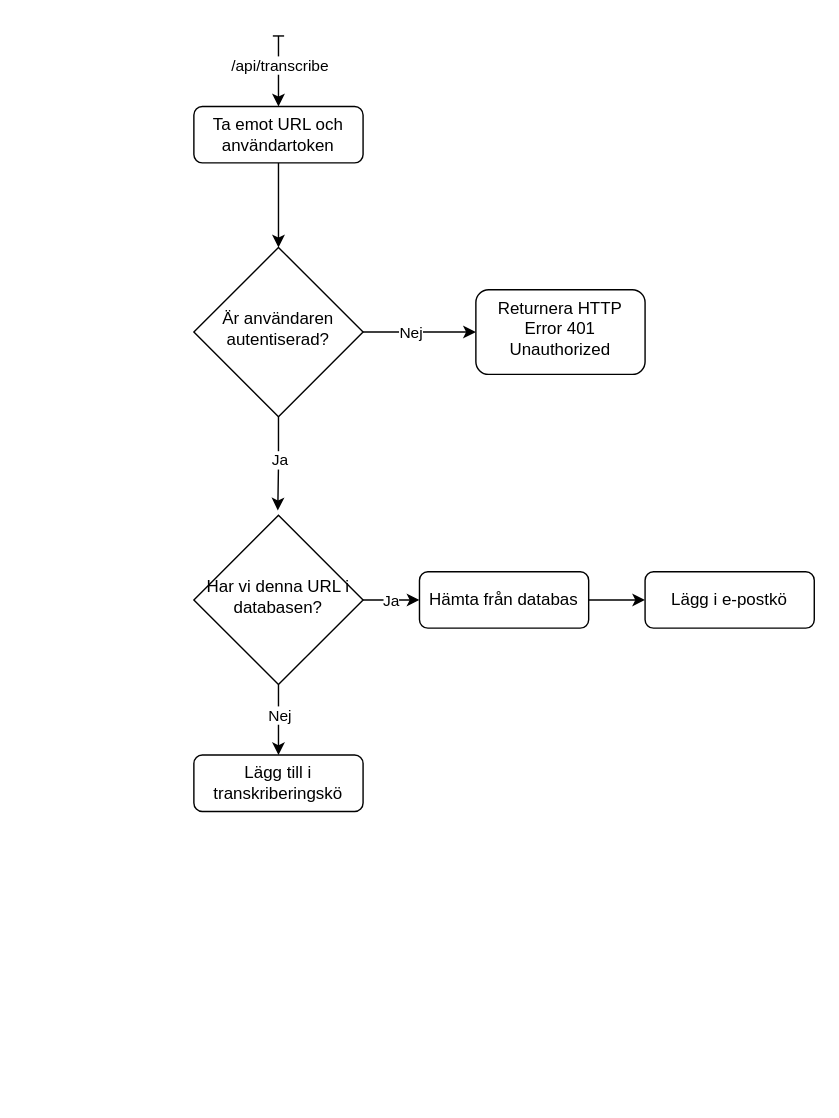
Before: docs/images/system-flowchart.drawio in seffradev/youtube-transcription-service, a draw.io diagram. Source tidied: cells renumbered, new cells numbered last; positions are measured from the earlier drawing's top-left corner, leaving out a move shared by most shapes. Both pictures are drawn from the tidied source at 141%, with x=0, y=0 at pixel (193, 35).
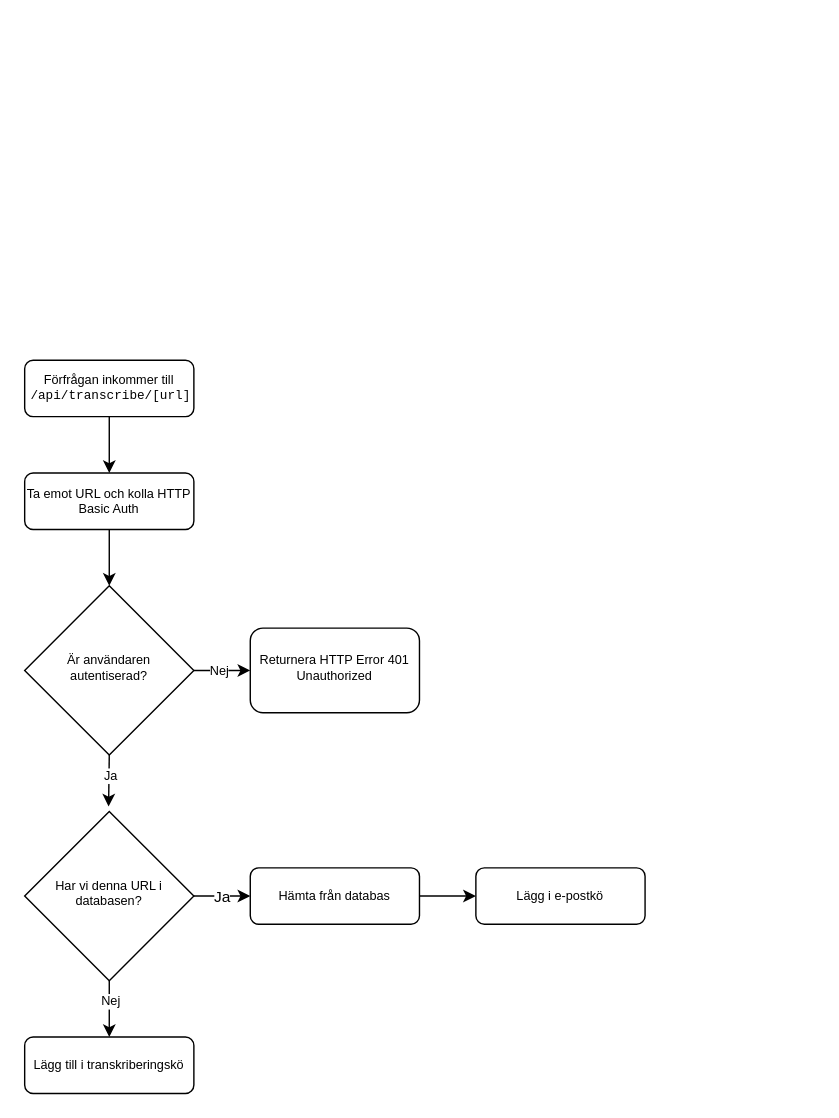
Above is the later version.

Unchanged cells that the change refers to:
```xml
<mxCell id="6" style="edgeStyle=orthogonalEdgeStyle;rounded=0;jettySize=auto;html=1;exitX=0.5;exitY=1;exitDx=0;exitDy=0;entryX=0.5;entryY=0;entryDx=0;entryDy=0;" parent="1" edge="1" source="10" target="13">
  <mxGeometry relative="1" as="geometry" />
</mxCell>
<mxCell id="15" style="edgeStyle=orthogonalEdgeStyle;rounded=0;jettySize=auto;html=1;" parent="1" edge="1" source="17" target="20">
  <mxGeometry relative="1" as="geometry" />
</mxCell>
<mxCell id="18" style="edgeStyle=orthogonalEdgeStyle;rounded=0;jettySize=auto;html=1;exitX=0.5;exitY=1;exitDx=0;exitDy=0;entryX=0.496;entryY=-0.029;entryDx=0;entryDy=0;entryPerimeter=0;" parent="1" edge="1" source="17" target="10">
  <mxGeometry relative="1" as="geometry" />
</mxCell>
```

Change to the diagram source:
```diff
@@
-    <mxCell id="3" style="edgeStyle=orthogonalEdgeStyle;rounded=0;jettySize=auto;html=1;exitX=0.5;exitY=0;exitDx=0;exitDy=0;endArrow=baseDash;endFill=0;startArrow=classic;startFill=1;" parent="1" edge="1" source="5">
-      <mxGeometry relative="1" as="geometry">
-        <mxPoint x="60" as="targetPoint" />
-      </mxGeometry>
-    </mxCell>
-    <mxCell id="4" value="/api/transcribe" style="edgeLabel;html=1;align=center;verticalAlign=middle;" parent="3" vertex="1">
-      <mxGeometry x="0.58" relative="1" as="geometry">
-        <mxPoint y="10" as="offset" />
-      </mxGeometry>
-    </mxCell>
-    <mxCell id="5" value="Ta emot URL och användartoken" style="rounded=1;whiteSpace=wrap;html=1;fontSize=12;glass=0;strokeWidth=1;shadow=0;" parent="1" vertex="1">
-      <mxGeometry y="50" width="120" height="40" as="geometry" />
+    <mxCell id="5" value="Ta emot URL och kolla HTTP Basic Auth" style="rounded=1;whiteSpace=wrap;html=1;fontSize=9;glass=0;strokeWidth=1;shadow=0;" parent="1" vertex="1">
+      <mxGeometry x="-120" y="310" width="120" height="40" as="geometry" />
     </mxCell>
@@
-    <mxCell id="7" value="Nej" style="edgeLabel;html=1;align=center;verticalAlign=middle;" parent="6" vertex="1">
+    <mxCell id="7" value="Nej" style="edgeLabel;html=1;align=center;verticalAlign=middle;fontSize=9;" parent="6" vertex="1">
       <mxGeometry x="0.38" relative="1" as="geometry">
         <mxPoint y="-14" as="offset" />
       </mxGeometry>
     </mxCell>
-    <mxCell id="8" style="edgeStyle=orthogonalEdgeStyle;rounded=0;jettySize=auto;html=1;exitX=1;exitY=0.5;exitDx=0;exitDy=0;entryX=0;entryY=0.5;entryDx=0;entryDy=0;" parent="1" edge="1" source="10" target="12">
+    <mxCell id="8" style="edgeStyle=orthogonalEdgeStyle;rounded=0;jettySize=auto;html=1;exitX=1;exitY=0.5;exitDx=0;exitDy=0;entryX=0;entryY=0.5;entryDx=0;entryDy=0;fontSize=9;" parent="1" edge="1" source="10" target="12">
       <mxGeometry relative="1" as="geometry" />
     </mxCell>
@@
-    <mxCell id="10" value="Har vi denna URL i databasen?" style="rhombus;whiteSpace=wrap;html=1;shadow=0;fontFamily=Helvetica;fontSize=12;align=center;strokeWidth=1;spacing=6;spacingTop=-4;" parent="1" vertex="1">
-      <mxGeometry y="340" width="120" height="120" as="geometry" />
+    <mxCell id="10" value="Har vi denna URL i databasen?" style="rhombus;whiteSpace=wrap;html=1;shadow=0;fontFamily=Helvetica;fontSize=9;align=center;strokeWidth=1;spacing=6;spacingTop=-4;" parent="1" vertex="1">
+      <mxGeometry x="-120" y="550" width="120" height="120" as="geometry" />
     </mxCell>
@@
-    <mxCell id="12" value="Hämta från databas" style="rounded=1;whiteSpace=wrap;html=1;fontSize=12;glass=0;strokeWidth=1;shadow=0;" parent="1" vertex="1">
-      <mxGeometry x="160" y="380" width="120" height="40" as="geometry" />
+    <mxCell id="12" value="Hämta från databas" style="rounded=1;whiteSpace=wrap;html=1;fontSize=9;glass=0;strokeWidth=1;shadow=0;" parent="1" vertex="1">
+      <mxGeometry x="40" y="590" width="120" height="40" as="geometry" />
     </mxCell>
-    <mxCell id="13" value="Lägg till i transkriberingskö" style="rounded=1;whiteSpace=wrap;html=1;fontSize=12;glass=0;strokeWidth=1;shadow=0;" parent="1" vertex="1">
-      <mxGeometry y="510" width="120" height="40" as="geometry" />
+    <mxCell id="13" value="Lägg till i transkriberingskö" style="rounded=1;whiteSpace=wrap;html=1;fontSize=9;glass=0;strokeWidth=1;shadow=0;" parent="1" vertex="1">
+      <mxGeometry x="-120" y="710" width="120" height="40" as="geometry" />
     </mxCell>
-    <mxCell id="14" value="Lägg i e-postkö" style="rounded=1;whiteSpace=wrap;html=1;fontSize=12;glass=0;strokeWidth=1;shadow=0;" parent="1" vertex="1">
-      <mxGeometry x="320" y="380" width="120" height="40" as="geometry" />
+    <mxCell id="14" value="Lägg i e-postkö" style="rounded=1;whiteSpace=wrap;html=1;fontSize=9;glass=0;strokeWidth=1;shadow=0;" parent="1" vertex="1">
+      <mxGeometry x="200" y="590" width="120" height="40" as="geometry" />
     </mxCell>
@@
-    <mxCell id="16" value="Nej" style="edgeLabel;html=1;align=center;verticalAlign=middle;" parent="15" vertex="1">
+    <mxCell id="16" value="Nej" style="edgeLabel;html=1;align=center;verticalAlign=middle;fontSize=9;" parent="15" vertex="1">
       <mxGeometry x="-0.17" y="-1" relative="1" as="geometry">
         <mxPoint y="-1" as="offset" />
       </mxGeometry>
     </mxCell>
-    <mxCell id="17" value="Är användaren autentiserad?" style="rhombus;whiteSpace=wrap;html=1;shadow=0;fontFamily=Helvetica;fontSize=12;align=center;strokeWidth=1;spacing=6;spacingTop=-4;" parent="1" vertex="1">
-      <mxGeometry y="150" width="120" height="120" as="geometry" />
+    <mxCell id="17" value="Är användaren autentiserad?" style="rhombus;whiteSpace=wrap;html=1;shadow=0;fontFamily=Helvetica;fontSize=9;align=center;strokeWidth=1;spacing=6;spacingTop=-4;" parent="1" vertex="1">
+      <mxGeometry x="-120" y="390" width="120" height="120" as="geometry" />
     </mxCell>
@@
-    <mxCell id="19" value="Ja" style="edgeLabel;html=1;align=center;verticalAlign=middle;" parent="18" vertex="1">
+    <mxCell id="19" value="Ja" style="edgeLabel;html=1;align=center;verticalAlign=middle;fontSize=9;" parent="18" vertex="1">
       <mxGeometry x="0.07" y="-1" relative="1" as="geometry">
         <mxPoint x="2" y="-5" as="offset" />
       </mxGeometry>
     </mxCell>
-    <mxCell id="20" value="Returnera HTTP Error 401 Unauthorized" style="whiteSpace=wrap;html=1;shadow=0;strokeWidth=1;spacing=6;spacingTop=-4;rounded=1;" parent="1" vertex="1">
-      <mxGeometry x="200" y="180" width="120" height="60" as="geometry" />
+    <mxCell id="20" value="Returnera HTTP Error 401 Unauthorized" style="whiteSpace=wrap;html=1;shadow=0;strokeWidth=1;spacing=6;spacingTop=-4;rounded=1;fontSize=9;" parent="1" vertex="1">
+      <mxGeometry x="40" y="420" width="120" height="60" as="geometry" />
     </mxCell>
+    <mxCell id="21" style="edgeStyle=orthogonalEdgeStyle;rounded=0;jettySize=auto;html=1;exitX=0.5;exitY=1;exitDx=0;exitDy=0;entryX=0.5;entryY=0;entryDx=0;entryDy=0;" parent="1" edge="1" source="22" target="5">
+      <mxGeometry relative="1" as="geometry" />
+    </mxCell>
+    <mxCell id="22" value="&lt;div style=&quot;font-size: 9px;&quot;&gt;Förfrågan inkommer till&lt;/div&gt;&lt;div style=&quot;font-size: 9px;&quot;&gt;&amp;nbsp;&lt;font style=&quot;font-size: 9px;&quot; face=&quot;Courier New&quot;&gt;/api/transcribe/[url]&lt;/font&gt;&lt;/div&gt;" style="rounded=1;whiteSpace=wrap;html=1;fontSize=9;glass=0;strokeWidth=1;shadow=0;" parent="1" vertex="1">
+      <mxGeometry x="-120" y="230" width="120" height="40" as="geometry" />
+    </mxCell>
```
